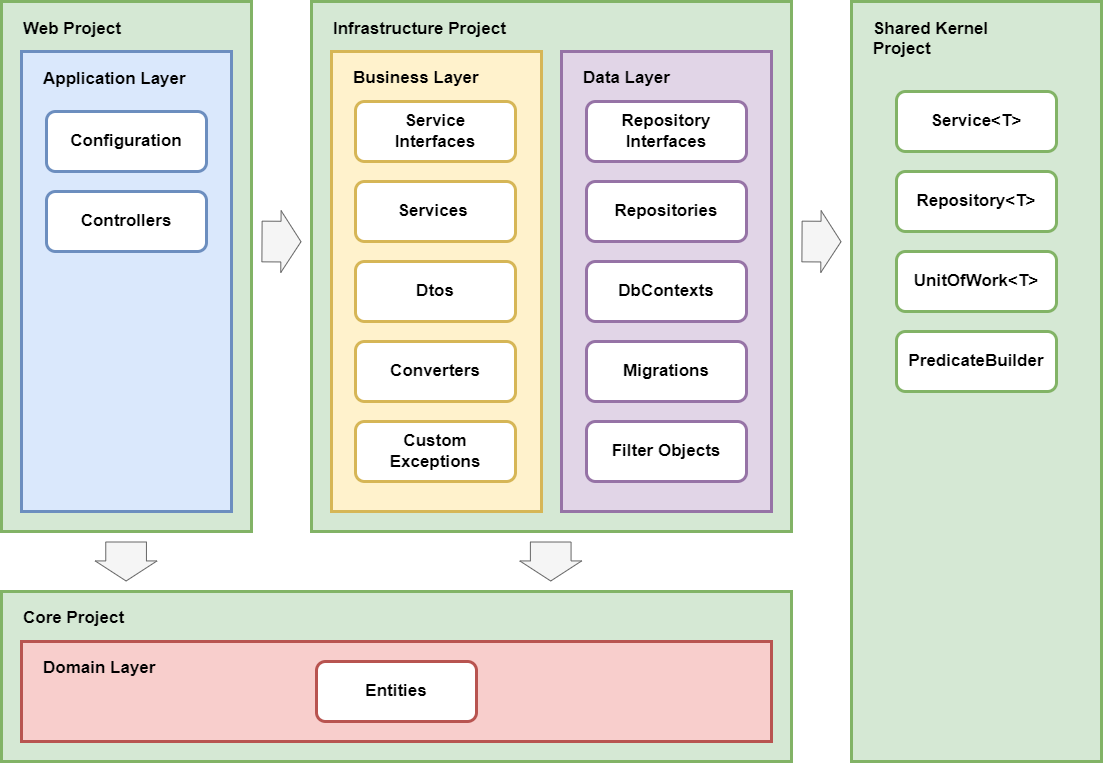
pabferir/CarRental.WebAPI keeps this draw.io diagram as .github/assets/CarRentalWebAPI-project-structure-and-architecture.png. Above is the earlier version. Source tidied: cells renumbered, new cells last; positions are measured from the earlier drawing's top-left corner, leaving out a move shared by most shapes.
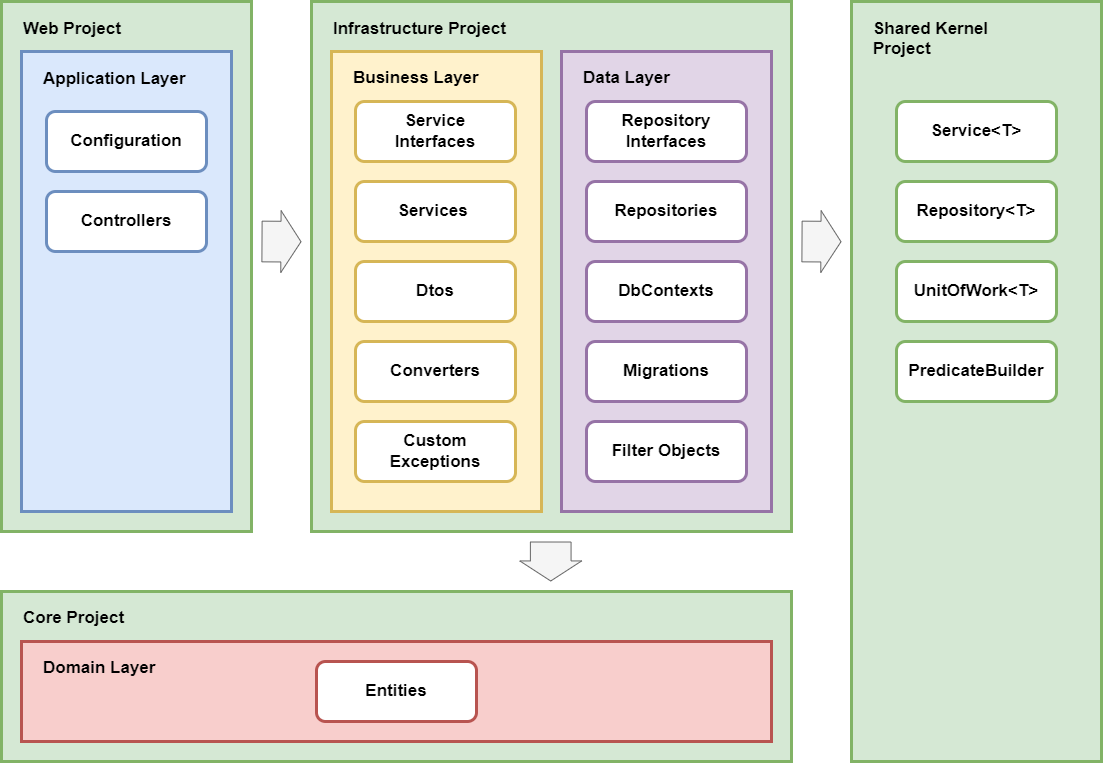
The same file after the commit.

Commit message:
Refactored project references (#19)

* Reviewed project references

What changed in the source:
```diff
@@ -48,10 +48,10 @@
       <mxGeometry x="585" y="260" width="160" height="60" as="geometry" />
     </mxCell>
     <mxCell id="17" value="Service&amp;lt;T&amp;gt;" style="rounded=1;whiteSpace=wrap;html=1;fontSize=17;align=center;fillColor=#FFFFFF;strokeColor=#82b366;strokeWidth=3;fontStyle=1;" parent="1" vertex="1">
-      <mxGeometry x="895" y="90" width="160" height="60" as="geometry" />
+      <mxGeometry x="895" y="100" width="160" height="60" as="geometry" />
     </mxCell>
     <mxCell id="18" value="Repository&amp;lt;T&amp;gt;" style="rounded=1;whiteSpace=wrap;html=1;fontSize=17;align=center;fillColor=#FFFFFF;strokeColor=#82b366;strokeWidth=3;fontStyle=1;" parent="1" vertex="1">
-      <mxGeometry x="895" y="170" width="160" height="60" as="geometry" />
+      <mxGeometry x="895" y="180" width="160" height="60" as="geometry" />
     </mxCell>
     <mxCell id="19" value="Services&amp;nbsp;" style="rounded=1;whiteSpace=wrap;html=1;fontSize=17;align=center;fillColor=#FFFFFF;strokeColor=#d6b656;strokeWidth=3;fontStyle=1;" parent="1" vertex="1">
       <mxGeometry x="354" y="180" width="160" height="60" as="geometry" />
@@ -72,10 +72,10 @@
       <mxGeometry x="585" y="420" width="160" height="60" as="geometry" />
     </mxCell>
     <mxCell id="25" value="PredicateBuilder" style="rounded=1;whiteSpace=wrap;html=1;fontSize=17;align=center;fillColor=#FFFFFF;strokeColor=#82b366;strokeWidth=3;fontStyle=1;" parent="1" vertex="1">
-      <mxGeometry x="895" y="330" width="160" height="60" as="geometry" />
+      <mxGeometry x="895" y="340" width="160" height="60" as="geometry" />
     </mxCell>
     <mxCell id="26" value="UnitOfWork&amp;lt;T&amp;gt;" style="rounded=1;whiteSpace=wrap;html=1;fontSize=17;align=center;fillColor=#FFFFFF;strokeColor=#82b366;strokeWidth=3;fontStyle=1;" parent="1" vertex="1">
-      <mxGeometry x="895" y="250" width="160" height="60" as="geometry" />
+      <mxGeometry x="895" y="260" width="160" height="60" as="geometry" />
     </mxCell>
     <mxCell id="27" style="shape=flexArrow;endArrow=classic;html=1;rounded=0;width=40.689655172413794;endSize=6.357046979865771;fillColor=#f5f5f5;strokeColor=#666666;startWidth=20.17588521175654;endWidth=20.17588521175654;startSize=6.357046979865771;" parent="1" edge="1">
       <mxGeometry relative="1" as="geometry">
@@ -85,21 +85,15 @@
     </mxCell>
     <mxCell id="28" style="shape=flexArrow;endArrow=classic;html=1;rounded=0;width=40.689655172413794;endSize=6.357046979865771;fillColor=#f5f5f5;strokeColor=#666666;startWidth=20.17588521175654;endWidth=20.17588521175654;startSize=6.357046979865771;" parent="1" edge="1">
       <mxGeometry relative="1" as="geometry">
-        <mxPoint x="124.6" y="540" as="sourcePoint" />
-        <mxPoint x="124.6" y="580" as="targetPoint" />
+        <mxPoint x="549.2" y="540" as="sourcePoint" />
+        <mxPoint x="549.2" y="580" as="targetPoint" />
       </mxGeometry>
     </mxCell>
     <mxCell id="29" style="shape=flexArrow;endArrow=classic;html=1;rounded=0;width=40.689655172413794;endSize=6.357046979865771;fillColor=#f5f5f5;strokeColor=#666666;startWidth=20.17588521175654;endWidth=20.17588521175654;startSize=6.357046979865771;" parent="1" edge="1">
       <mxGeometry relative="1" as="geometry">
-        <mxPoint x="549.2" y="540" as="sourcePoint" />
-        <mxPoint x="549.2" y="580" as="targetPoint" />
+        <mxPoint x="800" y="240" as="sourcePoint" />
+        <mxPoint x="840" y="240.2" as="targetPoint" />
       </mxGeometry>
     </mxCell>
-    <mxCell id="30" style="shape=flexArrow;endArrow=classic;html=1;rounded=0;width=40.689655172413794;endSize=6.357046979865771;fillColor=#f5f5f5;strokeColor=#666666;startWidth=20.17588521175654;endWidth=20.17588521175654;startSize=6.357046979865771;" parent="1" edge="1">
-      <mxGeometry relative="1" as="geometry">
-        <mxPoint x="800" y="240" as="sourcePoint" />
-        <mxPoint x="840" y="240.2" as="targetPoint" />
-      </mxGeometry>
-    </mxCell>
   </root>
 </mxGraphModel>
```
